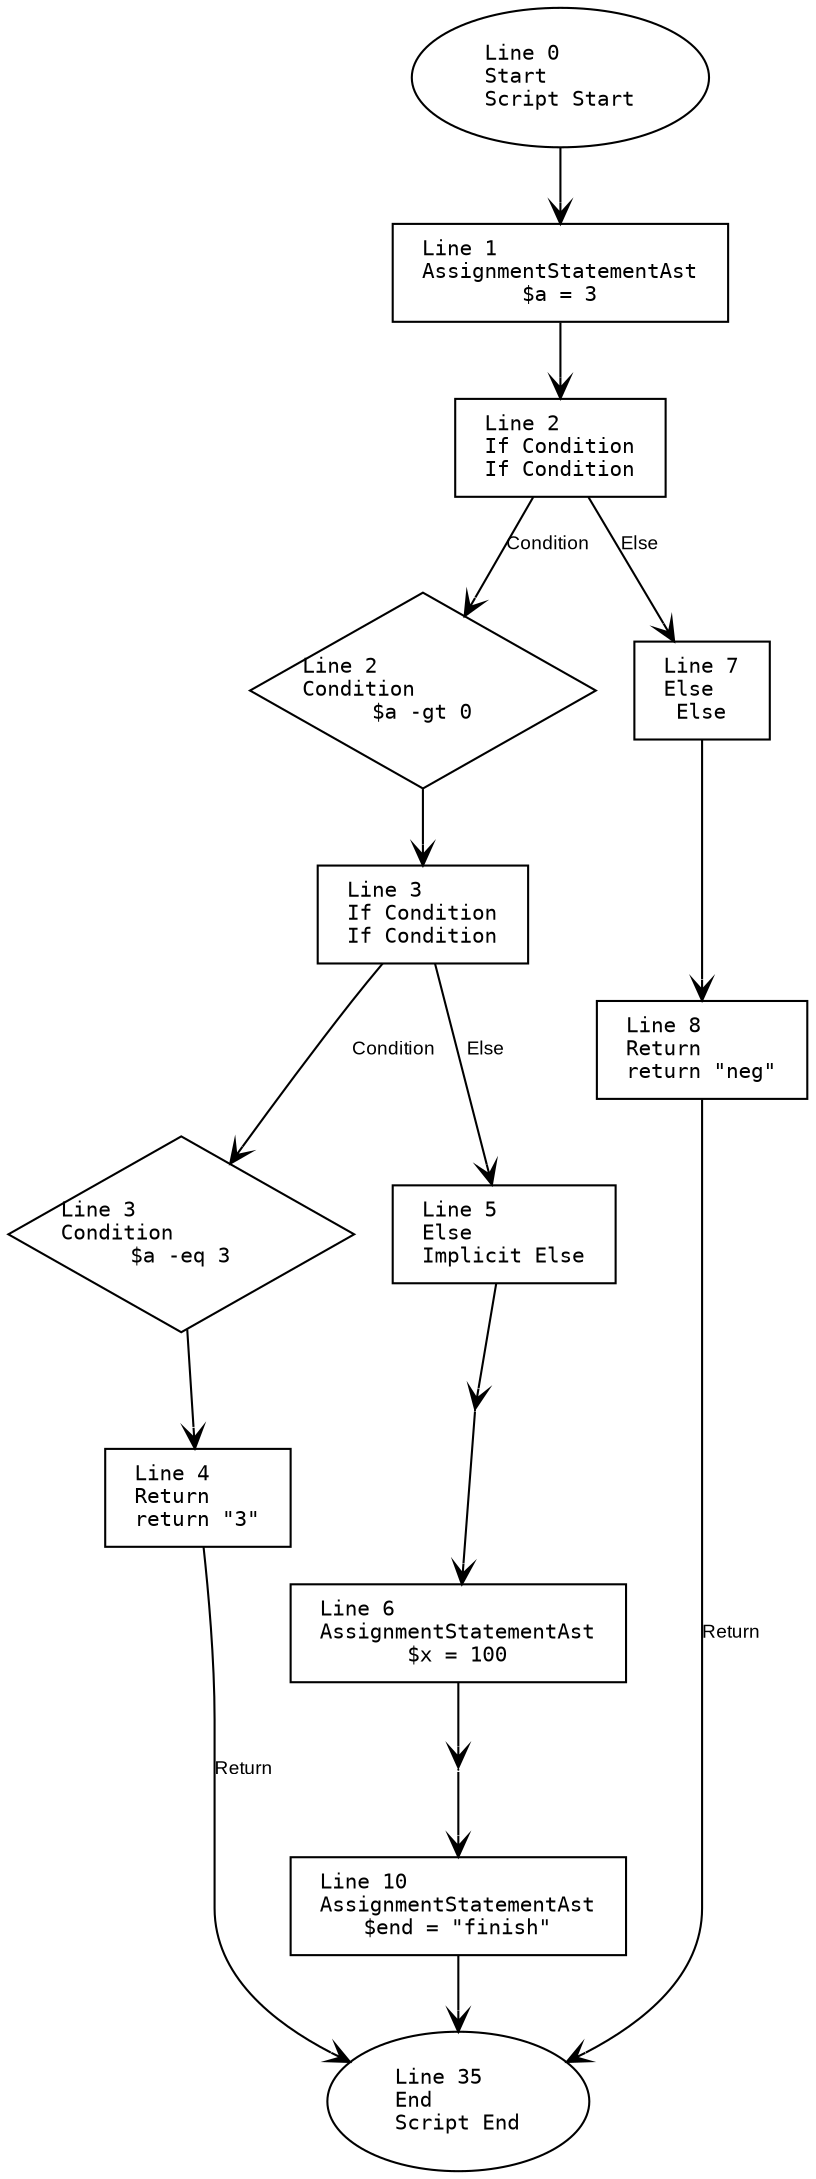
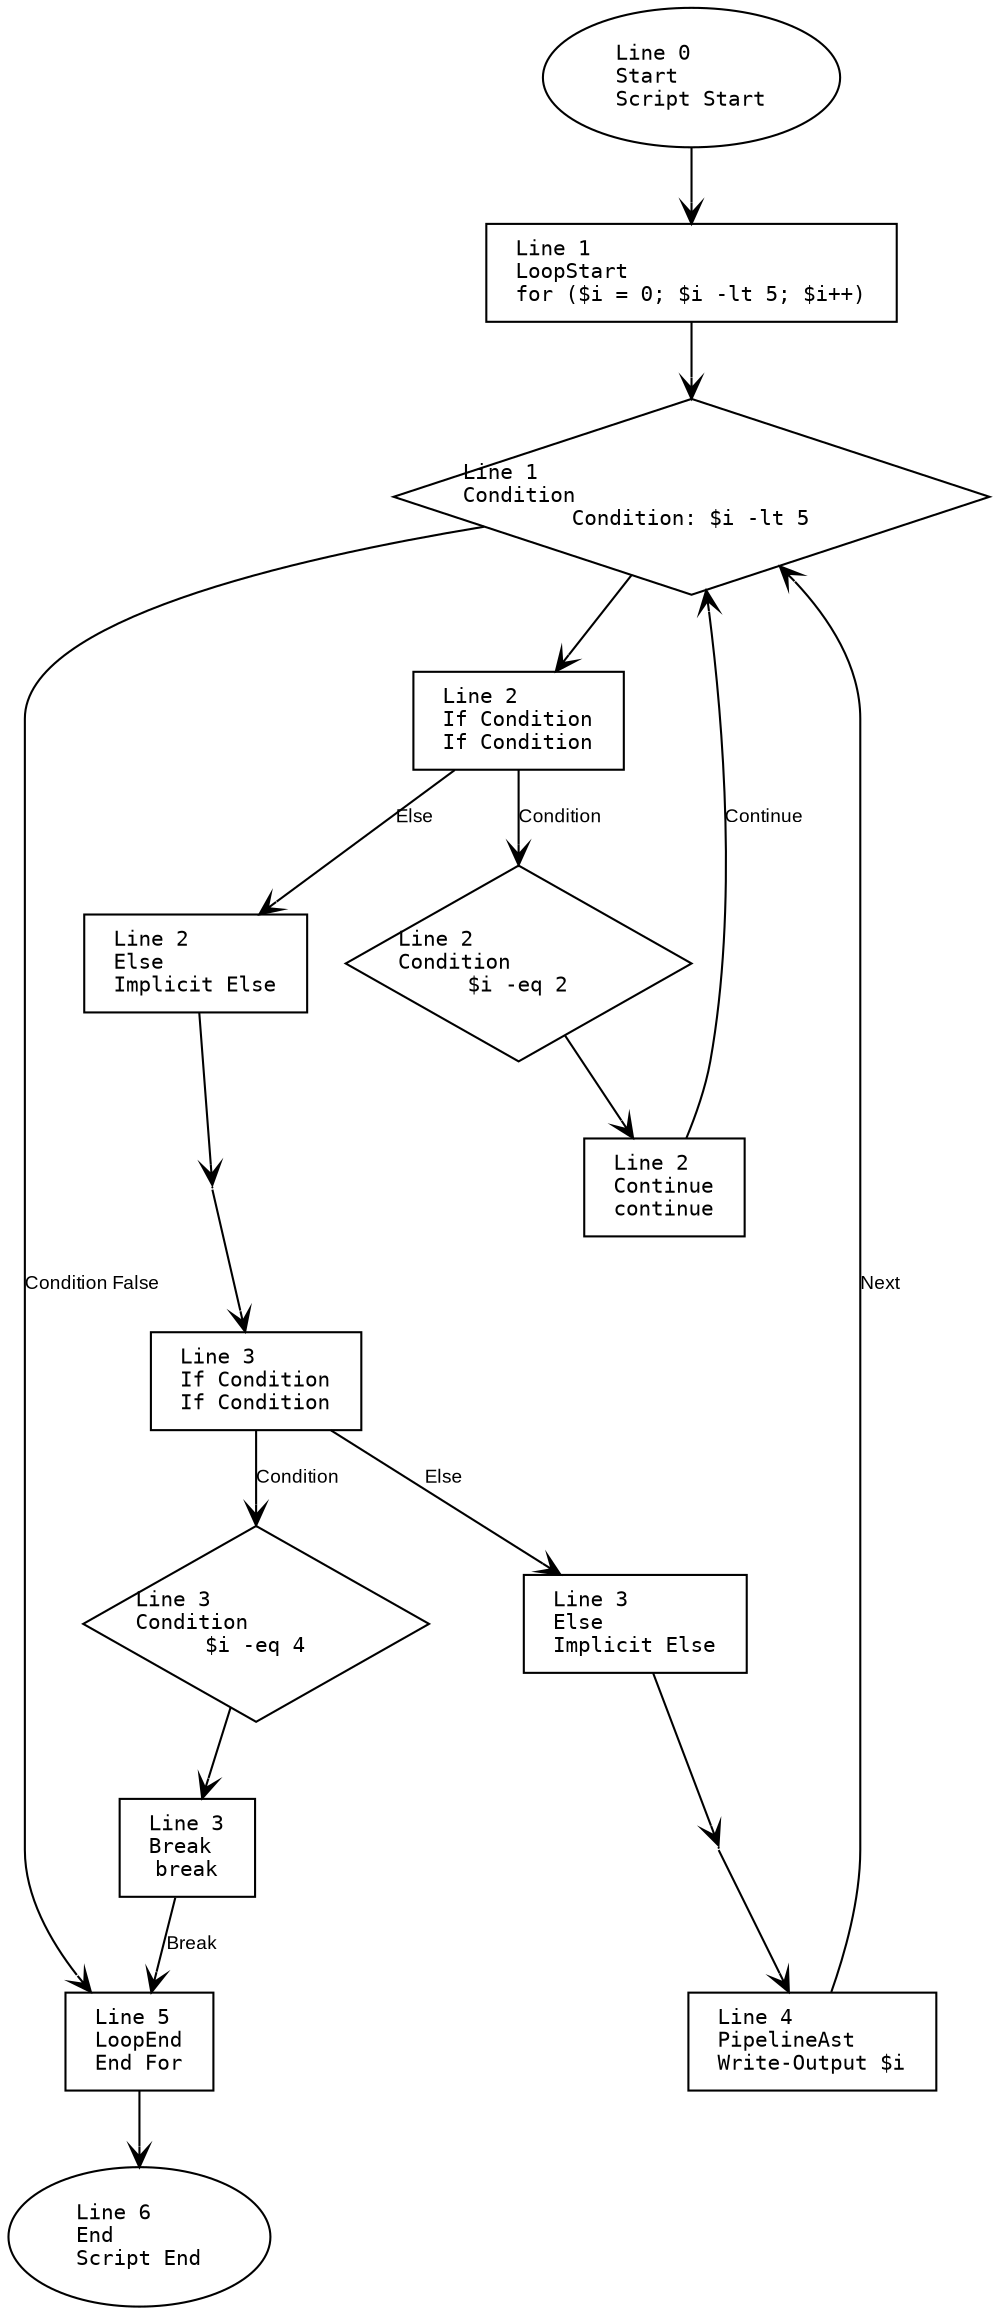
digraph G {
    rankdir=TB;
    node [
        fontname="Consolas"
        shape=box
        width=0
        height=0
        margin="0.2,0.1"
        fontsize=10
    ];
    edge [fontname="Arial", arrowhead=vee, fontsize=9];

    // Nodes
    1 [label="Line 0\lStart\lScript Start", shape=oval];
-     2 [label="Line 35\lEnd\lScript End", shape=oval];
-     3 [label="Line 1\lAssignmentStatementAst\l$a = 3", shape=box];
-     4 [label="Line 2\lIf Condition\lIf Condition", shape=box];
-     5 [label="Line 2\lCondition\l$a -gt 0", shape=diamond];
-     6 [label="Line 3\lIf Condition\lIf Condition", shape=box];
-     7 [label="Line 3\lCondition\l$a -eq 3", shape=diamond];
-     8 [label="Line 4\lReturn\lreturn \"3\"", shape=box];
-     9 [label="Line 5\lElse\lImplicit Else", shape=box];
-     10 [label="Line 5\lMerge\lIf-End", shape=point];
-     11 [label="Line 6\lAssignmentStatementAst\l$x = 100", shape=box];
-     12 [label="Line 7\lElse\lElse", shape=box];
-     13 [label="Line 8\lReturn\lreturn \"neg\"", shape=box];
-     14 [label="Line 9\lMerge\lIf-End", shape=point];
-     15 [label="Line 10\lAssignmentStatementAst\l$end = \"finish\"", shape=box];
+     2 [label="Line 6\lEnd\lScript End", shape=oval];
+     3 [label="Line 1\lLoopStart\lfor ($i = 0; $i -lt 5; $i++)", shape=box];
+     4 [label="Line 1\lCondition\lCondition: $i -lt 5", shape=diamond];
+     5 [label="Line 5\lLoopEnd\lEnd For", shape=box];
+     6 [label="Line 2\lIf Condition\lIf Condition", shape=box];
+     7 [label="Line 2\lCondition\l$i -eq 2", shape=diamond];
+     8 [label="Line 2\lContinue\lcontinue", shape=box];
+     9 [label="Line 2\lElse\lImplicit Else", shape=box];
+     10 [label="Line 2\lMerge\lIf-End", shape=point];
+     11 [label="Line 3\lIf Condition\lIf Condition", shape=box];
+     12 [label="Line 3\lCondition\l$i -eq 4", shape=diamond];
+     13 [label="Line 3\lBreak\lbreak", shape=box];
+     14 [label="Line 3\lElse\lImplicit Else", shape=box];
+     15 [label="Line 3\lMerge\lIf-End", shape=point];
+     16 [label="Line 4\lPipelineAst\lWrite-Output $i", shape=box];

    // Edges
    1 -> 3;
    3 -> 4;
-     4 -> 5 [label="Condition"];
-     5 -> 6;
+     4 -> 6;
    6 -> 7 [label="Condition"];
    7 -> 8;
-     8 -> 2 [label="Return"];
+     8 -> 4 [label="Continue"];
    6 -> 9 [label="Else"];
    9 -> 10;
    10 -> 11;
-     4 -> 12 [label="Else"];
+     11 -> 12 [label="Condition"];
    12 -> 13;
-     13 -> 2 [label="Return"];
-     11 -> 14;
+     13 -> 5 [label="Break"];
+     11 -> 14 [label="Else"];
    14 -> 15;
-     15 -> 2;
+     15 -> 16;
+     16 -> 4 [label="Next"];
+     4 -> 5 [label="Condition False"];
+     5 -> 2;
}